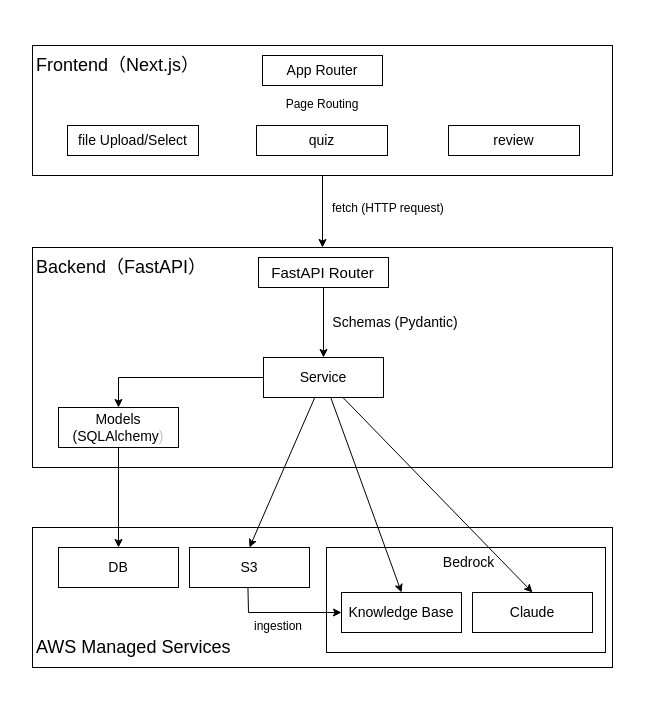
Before: docs/assets/architecture.drawio in Applica-760/doc-drill, a draw.io diagram. Source tidied: cells renumbered, new cells numbered last; positions are measured from the earlier drawing's top-left corner, leaving out a move shared by most shapes. Both pictures are drawn from the tidied source at 100%, with x=0, y=0 at pixel (32, 45).
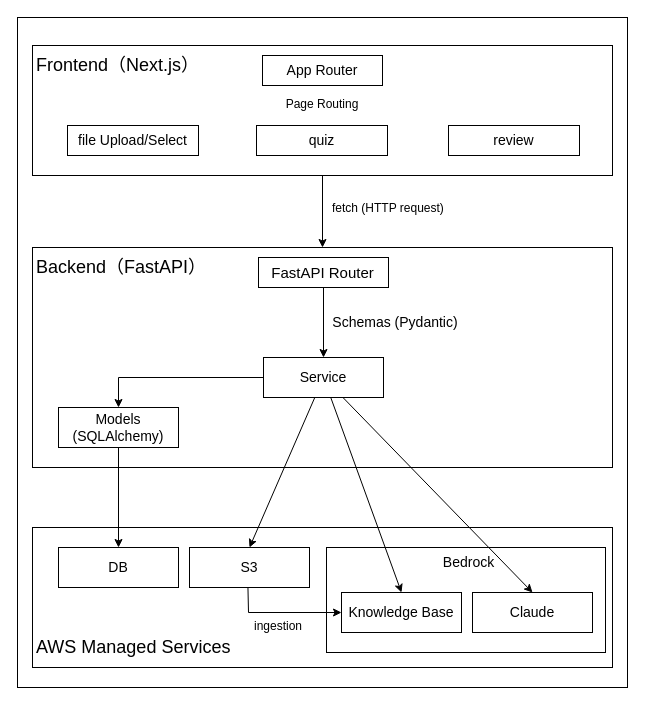
After the change.

Commit message (it also covers changes not shown here):
modify architecture diagram

What changed in the source:
```diff
@@
+    <mxCell id="34" style="whiteSpace=wrap;html=1;" parent="1" vertex="1">
+      <mxGeometry x="-15" y="-28" width="610" height="670" as="geometry" />
+    </mxCell>
@@
-    <mxCell id="23" value="&lt;font style=&quot;font-size: 14px;&quot;&gt;Models&lt;/font&gt;&lt;div&gt;&lt;font style=&quot;font-size: 14px;&quot;&gt;(SQLAlchemy&lt;/font&gt;&lt;span style=&quot;color: rgb(192, 192, 192); font-size: 14px; background-color: transparent;&quot;&gt;)&lt;/span&gt;&lt;/div&gt;" style="whiteSpace=wrap;html=1;fillColor=none;strokeColor=light-dark(#000000,#FF6666);" parent="1" vertex="1">
+    <mxCell id="23" value="&lt;font style=&quot;font-size: 14px; color: light-dark(rgb(0, 0, 0), rgb(255, 255, 255));&quot;&gt;Models&lt;/font&gt;&lt;div&gt;&lt;font style=&quot;color: light-dark(rgb(0, 0, 0), rgb(255, 255, 255));&quot;&gt;&lt;font style=&quot;font-size: 14px;&quot;&gt;(SQLAlchemy&lt;/font&gt;&lt;span style=&quot;font-size: 14px; background-color: transparent;&quot;&gt;&lt;font style=&quot;&quot;&gt;)&lt;/font&gt;&lt;/span&gt;&lt;/font&gt;&lt;/div&gt;" style="whiteSpace=wrap;html=1;fillColor=none;strokeColor=light-dark(#000000,#FF6666);" parent="1" vertex="1">
       <mxGeometry x="26" y="362" width="120" height="40" as="geometry" />
     </mxCell>
```
